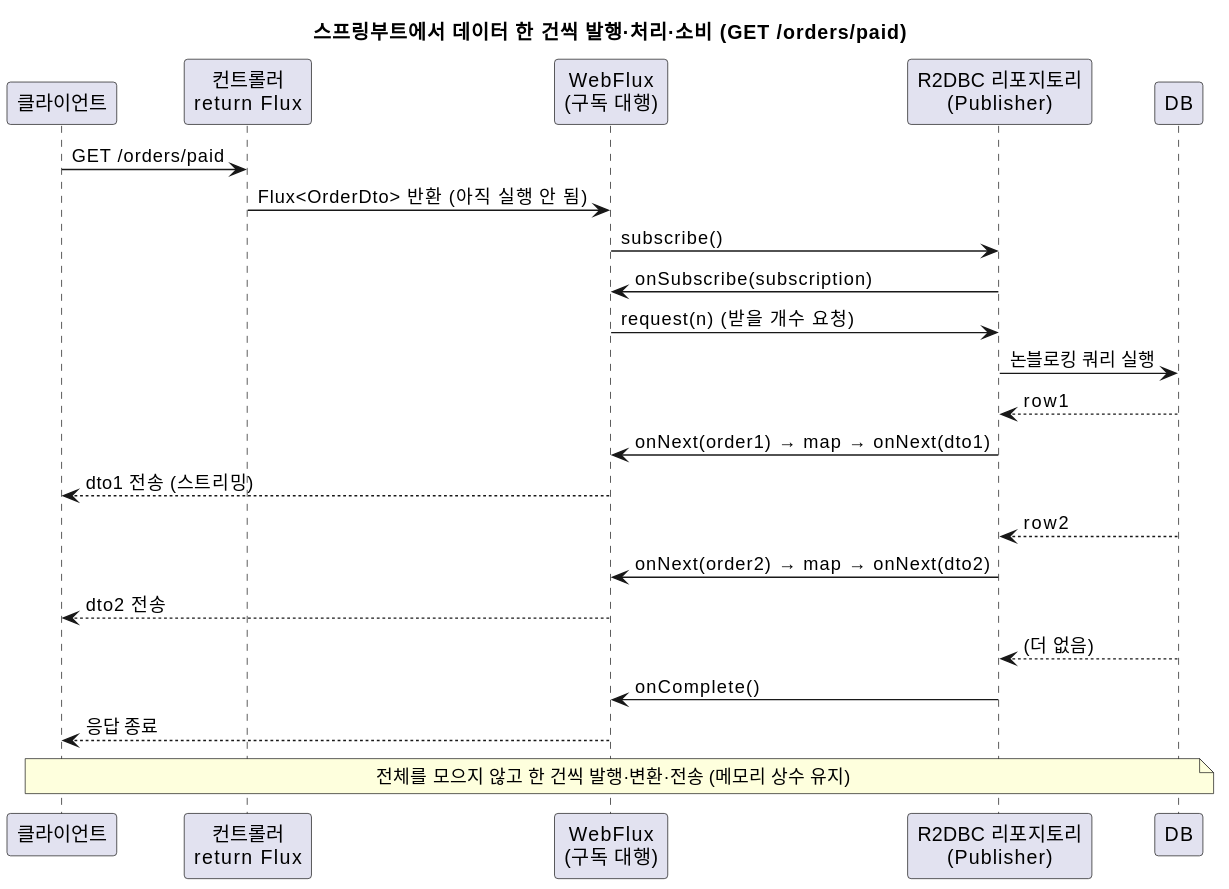
The PlantUML diagram static/img/c4/pu-reactive-springboot-flow.svg in johnycho/johny-dev, before a commit.
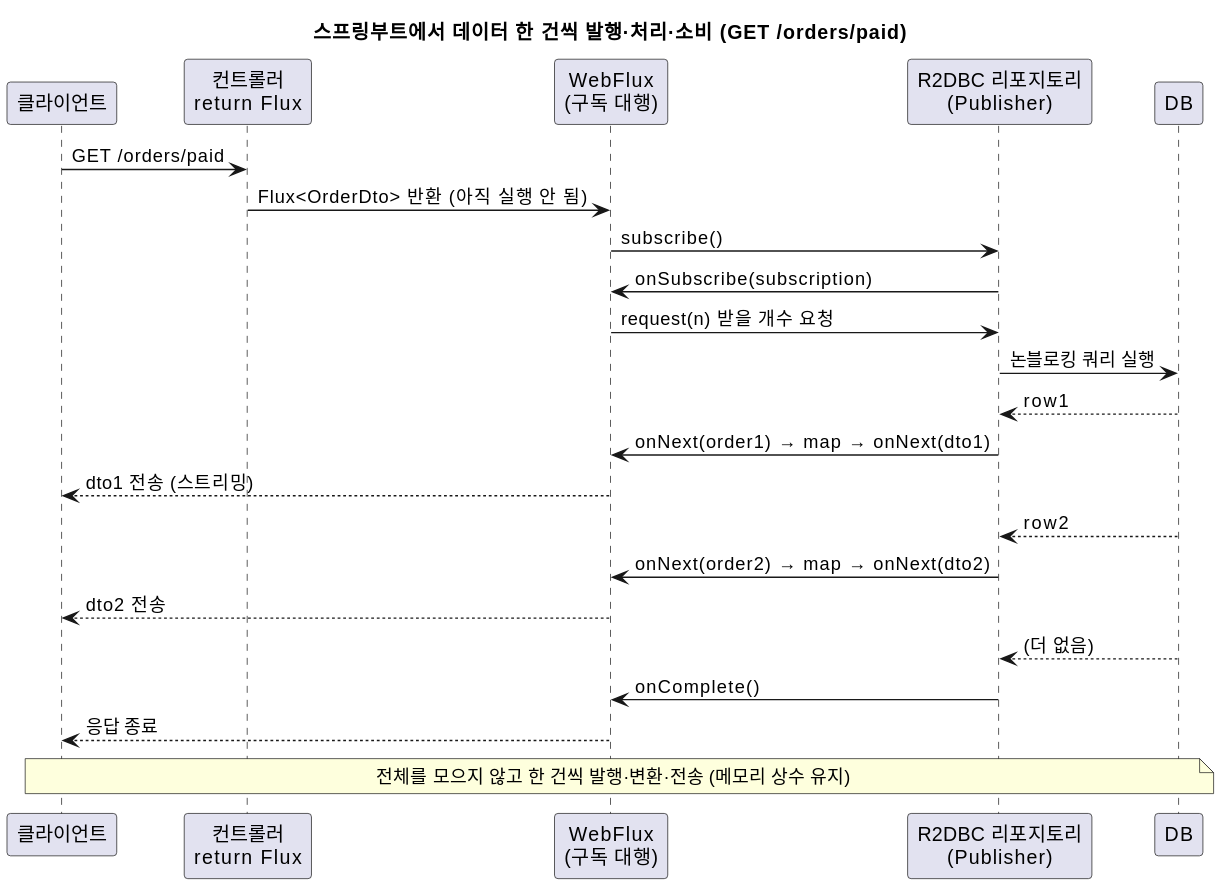
After the change.

Commit message:
reactive-streams: 모바일 다이어그램 라벨·subscribe 인과 문장 개선 + 재발 방지 규칙

What changed in the source:
```diff
@@ -10,7 +10,7 @@
 Ctl -> W : Flux<OrderDto> 반환 (아직 실행 안 됨)
 W -> R : subscribe()
 R -> W : onSubscribe(subscription)
-W -> R : request(n)  (받을 개수 요청)
+W -> R : request(n) 받을 개수 요청
 R -> DB : 논블로킹 쿼리 실행
 DB --> R : row1
 R -> W : onNext(order1) → map → onNext(dto1)
```
